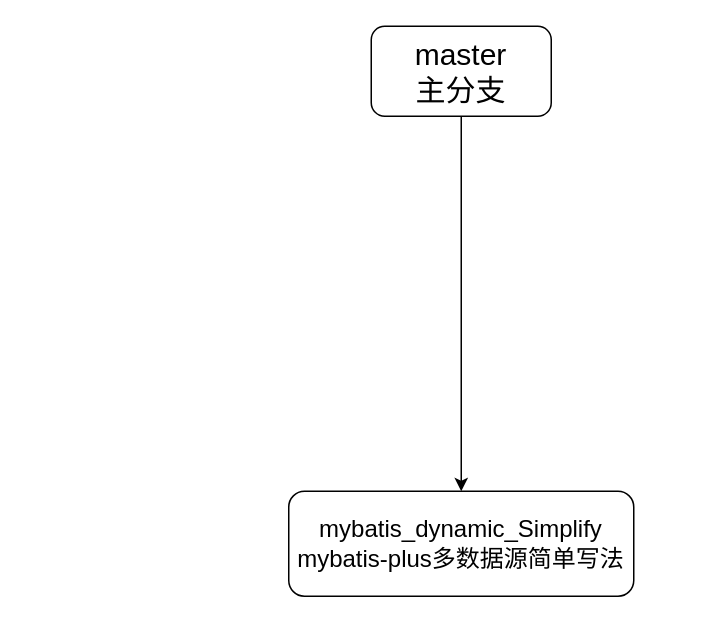
GF521123/file keeps this draw.io diagram as project/RiverGods分支结构.drawio. Above is the earlier version. Source tidied: cells renumbered, new cells numbered last; positions are measured from the earlier drawing's top-left corner, leaving out a move shared by most shapes. Both pictures are drawn from the tidied source at 150%, with x=0, y=0 at pixel (288, 26).
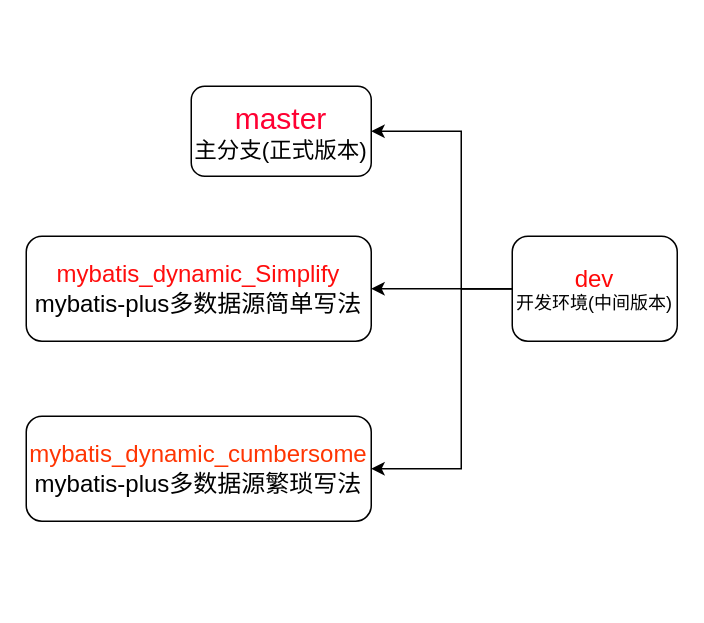
The same diagram, later.

Commit message:
更新RiverGods分支结构.drawio

Diff of the diagram source:
```diff
@@
 <mxGraphModel>
   <root>
     <mxCell id="0" />
     <mxCell id="1" parent="0" />
-    <mxCell id="2" style="edgeStyle=orthogonalEdgeStyle;rounded=0;jettySize=auto;html=1;exitX=0.5;exitY=1;exitDx=0;exitDy=0;entryX=0.5;entryY=0;entryDx=0;entryDy=0;fontSize=16;" parent="1" edge="1" source="3" target="4">
-      <mxGeometry relative="1" as="geometry" />
-    </mxCell>
-    <mxCell id="3" value="&lt;font style=&quot;font-size: 20px;&quot;&gt;master&lt;br&gt;主分支&lt;/font&gt;" style="rounded=1;whiteSpace=wrap;html=1;" parent="1" vertex="1">
-      <mxGeometry x="55" width="120" height="60" as="geometry" />
+    <mxCell id="3" value="&lt;font style=&quot;&quot;&gt;&lt;font style=&quot;font-size: 20px;&quot; color=&quot;#ff0033&quot;&gt;master&lt;/font&gt;&lt;br&gt;&lt;font style=&quot;font-size: 15px;&quot;&gt;主分支(正式版本)&lt;/font&gt;&lt;/font&gt;" style="rounded=1;whiteSpace=wrap;html=1;" parent="1" vertex="1">
+      <mxGeometry x="-65" y="40" width="120" height="60" as="geometry" />
     </mxCell>
-    <mxCell id="4" value="&lt;font style=&quot;font-size: 16px;&quot;&gt;mybatis_dynamic_Simplify&lt;br&gt;mybatis-plus多数据源简单写法&lt;/font&gt;" style="rounded=1;whiteSpace=wrap;html=1;" parent="1" vertex="1">
-      <mxGeometry y="310" width="230" height="70" as="geometry" />
+    <mxCell id="4" value="&lt;font style=&quot;font-size: 16px;&quot;&gt;&lt;font color=&quot;#ff0d0d&quot;&gt;mybatis_dynamic_Simplify&lt;/font&gt;&lt;br&gt;mybatis-plus多数据源简单写法&lt;/font&gt;" style="rounded=1;whiteSpace=wrap;html=1;" parent="1" vertex="1">
+      <mxGeometry x="-175" y="140" width="230" height="70" as="geometry" />
     </mxCell>
+    <mxCell id="5" value="&lt;font style=&quot;font-size: 16px;&quot;&gt;&lt;font color=&quot;#ff3503&quot;&gt;mybatis_dynamic_cumbersome&lt;/font&gt;&lt;br&gt;mybatis-plus多数据源繁琐写法&lt;/font&gt;" style="rounded=1;whiteSpace=wrap;html=1;" parent="1" vertex="1">
+      <mxGeometry x="-175" y="260" width="230" height="70" as="geometry" />
+    </mxCell>
+    <mxCell id="6" style="edgeStyle=orthogonalEdgeStyle;rounded=0;jettySize=auto;html=1;entryX=1;entryY=0.5;entryDx=0;entryDy=0;" parent="1" edge="1" source="9" target="3">
+      <mxGeometry relative="1" as="geometry">
+        <Array as="points">
+          <mxPoint x="115" y="175" />
+          <mxPoint x="115" y="70" />
+        </Array>
+      </mxGeometry>
+    </mxCell>
+    <mxCell id="7" style="edgeStyle=orthogonalEdgeStyle;rounded=0;jettySize=auto;html=1;entryX=1;entryY=0.5;entryDx=0;entryDy=0;" parent="1" edge="1" source="9" target="4">
+      <mxGeometry relative="1" as="geometry" />
+    </mxCell>
+    <mxCell id="8" style="edgeStyle=orthogonalEdgeStyle;rounded=0;jettySize=auto;html=1;entryX=1;entryY=0.5;entryDx=0;entryDy=0;" parent="1" edge="1" source="9" target="5">
+      <mxGeometry relative="1" as="geometry">
+        <Array as="points">
+          <mxPoint x="115" y="175" />
+          <mxPoint x="115" y="295" />
+        </Array>
+      </mxGeometry>
+    </mxCell>
+    <mxCell id="9" value="&lt;span style=&quot;font-size: 16px;&quot;&gt;&lt;font color=&quot;#ff0808&quot;&gt;dev&lt;/font&gt;&lt;br&gt;&lt;/span&gt;开发环境(中间版本)" style="rounded=1;whiteSpace=wrap;html=1;" parent="1" vertex="1">
+      <mxGeometry x="149" y="140" width="110" height="70" as="geometry" />
+    </mxCell>
   </root>
 </mxGraphModel>
```
